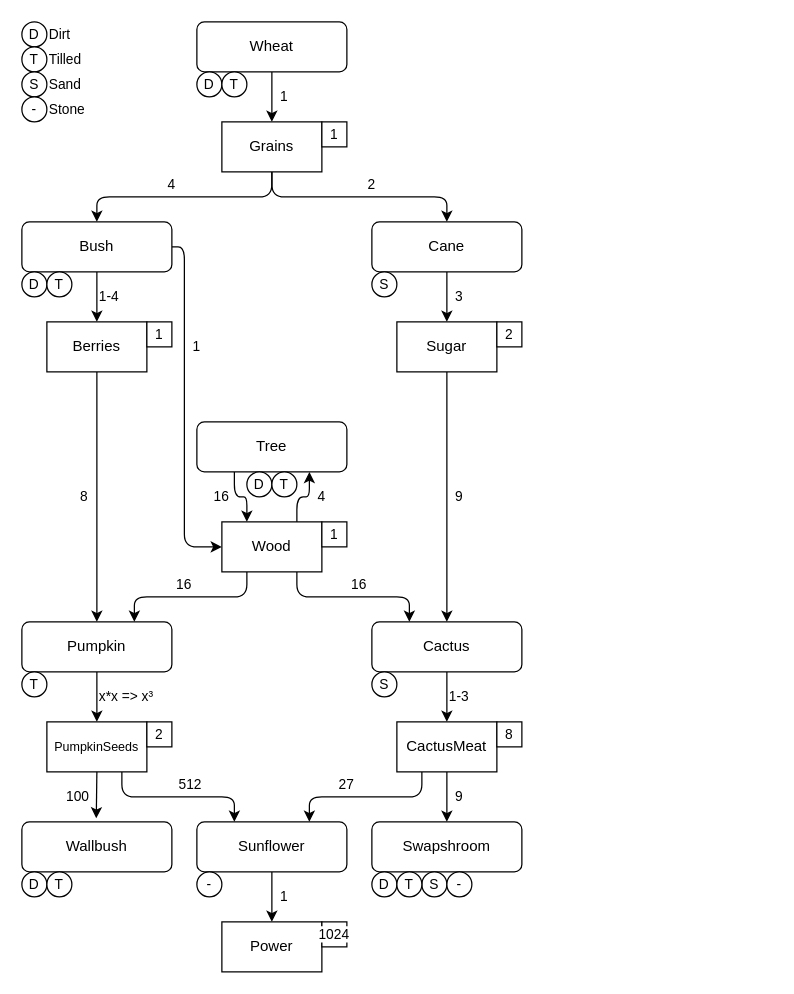
The draw.io diagram Farmio.drawio in varpeti/farmio, before the edit. Source tidied: cells renumbered, new cells numbered last; positions are measured from the earlier drawing's top-left corner, leaving out a move shared by most shapes. Both pictures are drawn from the tidied source at 125%, with x=0, y=0 at pixel (21, 21).
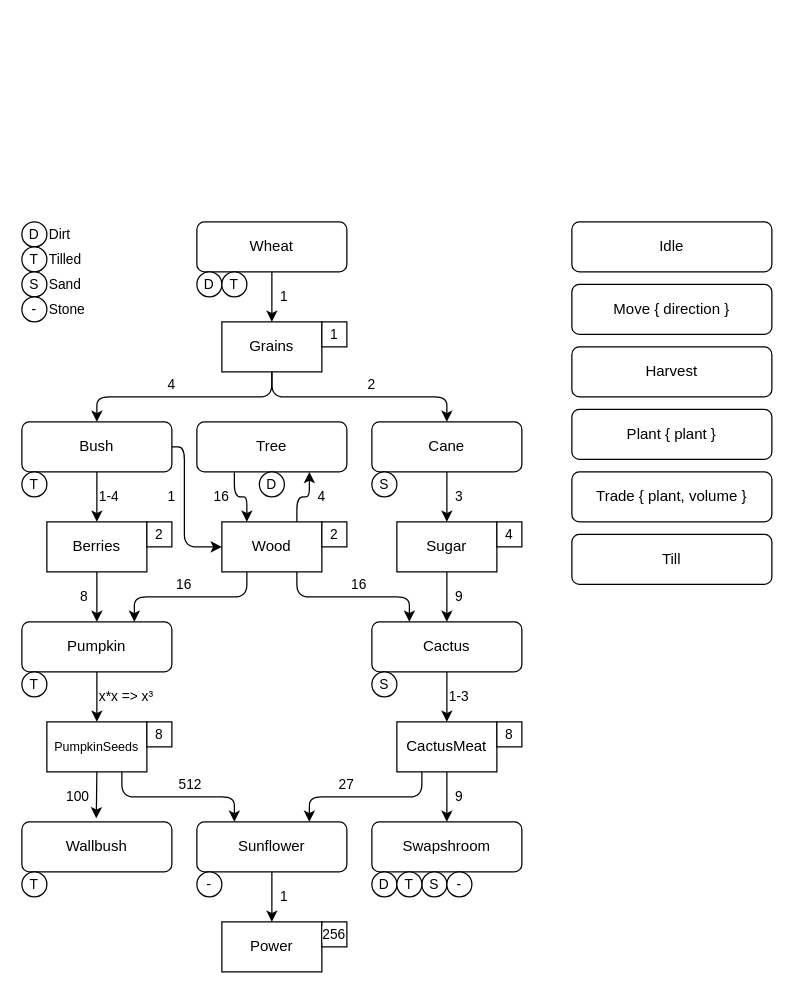
After the change.

Commit message (it also covers changes not shown here):
Actions; Harvest init

Unchanged cells that the change refers to:
```xml
<mxCell id="13" value="Wood" style="rounded=0;whiteSpace=wrap;html=1;" parent="1" vertex="1">
  <mxGeometry x="160" y="400" width="80" height="40" as="geometry" />
</mxCell>
```

The edit, as a diff of the source:
```diff
@@
     <mxCell id="3" value="Wheat" style="rounded=1;whiteSpace=wrap;html=1;" parent="1" vertex="1">
-      <mxGeometry x="140" width="120" height="40" as="geometry" />
+      <mxGeometry x="140" y="160" width="120" height="40" as="geometry" />
     </mxCell>
@@
     <mxCell id="5" style="edgeStyle=orthogonalEdgeStyle;shape=connector;curved=0;rounded=1;jettySize=auto;html=1;exitX=1;exitY=0.5;exitDx=0;exitDy=0;entryX=0;entryY=0.5;entryDx=0;entryDy=0;strokeColor=default;align=center;verticalAlign=middle;fontFamily=Helvetica;fontSize=11;fontColor=default;labelBackgroundColor=default;endArrow=classic;" parent="1" edge="1" source="6" target="13">
       <mxGeometry relative="1" as="geometry">
         <Array as="points">
-          <mxPoint x="130" y="180" />
+          <mxPoint x="130" y="340" />
           <mxPoint x="130" y="420" />
         </Array>
       </mxGeometry>
     </mxCell>
     <mxCell id="6" value="Bush" style="rounded=1;whiteSpace=wrap;html=1;" parent="1" vertex="1">
-      <mxGeometry y="160" width="120" height="40" as="geometry" />
+      <mxGeometry y="320" width="120" height="40" as="geometry" />
     </mxCell>
@@
     <mxCell id="9" value="Grains" style="rounded=0;whiteSpace=wrap;html=1;" parent="1" vertex="1">
-      <mxGeometry x="160" y="80" width="80" height="40" as="geometry" />
+      <mxGeometry x="160" y="240" width="80" height="40" as="geometry" />
     </mxCell>
@@
     <mxCell id="15" value="Berries" style="rounded=0;whiteSpace=wrap;html=1;" parent="1" vertex="1">
-      <mxGeometry x="20" y="240" width="80" height="40" as="geometry" />
+      <mxGeometry x="20" y="400" width="80" height="40" as="geometry" />
     </mxCell>
@@
     <mxCell id="21" value="Cane" style="rounded=1;whiteSpace=wrap;html=1;" parent="1" vertex="1">
-      <mxGeometry x="280" y="160" width="120" height="40" as="geometry" />
+      <mxGeometry x="280" y="320" width="120" height="40" as="geometry" />
     </mxCell>
@@
     <mxCell id="23" value="Sugar" style="rounded=0;whiteSpace=wrap;html=1;" parent="1" vertex="1">
-      <mxGeometry x="300" y="240" width="80" height="40" as="geometry" />
+      <mxGeometry x="300" y="400" width="80" height="40" as="geometry" />
     </mxCell>
@@
     <mxCell id="36" value="D" style="ellipse;whiteSpace=wrap;html=1;fontFamily=Helvetica;fontSize=11;fontColor=default;labelBackgroundColor=default;strokeColor=light-dark(#000000,#80FF00);" parent="1" vertex="1">
-      <mxGeometry width="20" height="20" as="geometry" />
+      <mxGeometry y="160" width="20" height="20" as="geometry" />
     </mxCell>
     <mxCell id="37" value="T" style="ellipse;whiteSpace=wrap;html=1;fontFamily=Helvetica;fontSize=11;fontColor=default;labelBackgroundColor=default;strokeColor=light-dark(#000000,#994C00);" parent="1" vertex="1">
-      <mxGeometry y="20" width="20" height="20" as="geometry" />
+      <mxGeometry y="180" width="20" height="20" as="geometry" />
     </mxCell>
     <mxCell id="38" value="S" style="ellipse;whiteSpace=wrap;html=1;fontFamily=Helvetica;fontSize=11;fontColor=default;labelBackgroundColor=default;strokeColor=light-dark(#000000,#FFFF00);" parent="1" vertex="1">
-      <mxGeometry y="40" width="20" height="20" as="geometry" />
+      <mxGeometry y="200" width="20" height="20" as="geometry" />
     </mxCell>
     <mxCell id="39" value="-" style="ellipse;whiteSpace=wrap;html=1;fontFamily=Helvetica;fontSize=11;fontColor=default;labelBackgroundColor=default;strokeColor=light-dark(#000000,#00CCCC);" parent="1" vertex="1">
-      <mxGeometry y="60" width="20" height="20" as="geometry" />
+      <mxGeometry y="220" width="20" height="20" as="geometry" />
     </mxCell>
     <mxCell id="40" value="&lt;div align=&quot;left&quot;&gt;Dirt&lt;/div&gt;" style="text;html=1;align=left;verticalAlign=middle;whiteSpace=wrap;rounded=0;fontFamily=Helvetica;fontSize=11;fontColor=default;labelBackgroundColor=default;" parent="1" vertex="1">
-      <mxGeometry x="20" width="40" height="20" as="geometry" />
+      <mxGeometry x="20" y="160" width="40" height="20" as="geometry" />
     </mxCell>
     <mxCell id="41" value="Tilled" style="text;html=1;align=left;verticalAlign=middle;whiteSpace=wrap;rounded=0;fontFamily=Helvetica;fontSize=11;fontColor=default;labelBackgroundColor=default;" parent="1" vertex="1">
-      <mxGeometry x="20" y="20" width="40" height="20" as="geometry" />
+      <mxGeometry x="20" y="180" width="40" height="20" as="geometry" />
     </mxCell>
     <mxCell id="42" value="Sand" style="text;html=1;align=left;verticalAlign=middle;whiteSpace=wrap;rounded=0;fontFamily=Helvetica;fontSize=11;fontColor=default;labelBackgroundColor=default;" parent="1" vertex="1">
-      <mxGeometry x="20" y="40" width="40" height="20" as="geometry" />
+      <mxGeometry x="20" y="200" width="40" height="20" as="geometry" />
     </mxCell>
     <mxCell id="43" value="&lt;div&gt;Stone&lt;/div&gt;" style="text;html=1;align=left;verticalAlign=middle;whiteSpace=wrap;rounded=0;fontFamily=Helvetica;fontSize=11;fontColor=default;labelBackgroundColor=default;" parent="1" vertex="1">
-      <mxGeometry x="20" y="60" width="40" height="20" as="geometry" />
+      <mxGeometry x="20" y="220" width="40" height="20" as="geometry" />
     </mxCell>
     <mxCell id="44" value="D" style="ellipse;whiteSpace=wrap;html=1;fontFamily=Helvetica;fontSize=11;fontColor=default;labelBackgroundColor=default;strokeColor=light-dark(#000000,#80FF00);" parent="1" vertex="1">
-      <mxGeometry x="140" y="40" width="20" height="20" as="geometry" />
+      <mxGeometry x="140" y="200" width="20" height="20" as="geometry" />
     </mxCell>
     <mxCell id="45" value="T" style="ellipse;whiteSpace=wrap;html=1;fontFamily=Helvetica;fontSize=11;fontColor=default;labelBackgroundColor=default;strokeColor=light-dark(#000000,#994C00);" parent="1" vertex="1">
-      <mxGeometry x="160" y="40" width="20" height="20" as="geometry" />
+      <mxGeometry x="160" y="200" width="20" height="20" as="geometry" />
     </mxCell>
-    <mxCell id="46" value="D" style="ellipse;whiteSpace=wrap;html=1;fontFamily=Helvetica;fontSize=11;fontColor=default;labelBackgroundColor=default;strokeColor=light-dark(#000000,#80FF00);" parent="1" vertex="1">
-      <mxGeometry y="200" width="20" height="20" as="geometry" />
-    </mxCell>
     <mxCell id="47" value="T" style="ellipse;whiteSpace=wrap;html=1;fontFamily=Helvetica;fontSize=11;fontColor=default;labelBackgroundColor=default;strokeColor=light-dark(#000000,#994C00);" parent="1" vertex="1">
-      <mxGeometry x="20" y="200" width="20" height="20" as="geometry" />
+      <mxGeometry y="360" width="20" height="20" as="geometry" />
     </mxCell>
-    <mxCell id="48" value="D" style="ellipse;whiteSpace=wrap;html=1;fontFamily=Helvetica;fontSize=11;fontColor=default;labelBackgroundColor=default;strokeColor=light-dark(#000000,#80FF00);" parent="1" vertex="1">
-      <mxGeometry x="180" y="360" width="20" height="20" as="geometry" />
-    </mxCell>
-    <mxCell id="49" value="T" style="ellipse;whiteSpace=wrap;html=1;fontFamily=Helvetica;fontSize=11;fontColor=default;labelBackgroundColor=default;strokeColor=light-dark(#000000,#994C00);" parent="1" vertex="1">
-      <mxGeometry x="200" y="360" width="20" height="20" as="geometry" />
-    </mxCell>
     <mxCell id="50" value="S" style="ellipse;whiteSpace=wrap;html=1;fontFamily=Helvetica;fontSize=11;fontColor=default;labelBackgroundColor=default;strokeColor=light-dark(#000000,#FFFF00);" parent="1" vertex="1">
-      <mxGeometry x="280" y="200" width="20" height="20" as="geometry" />
+      <mxGeometry x="280" y="360" width="20" height="20" as="geometry" />
     </mxCell>
@@
-    <mxCell id="53" value="D" style="ellipse;whiteSpace=wrap;html=1;fontFamily=Helvetica;fontSize=11;fontColor=default;labelBackgroundColor=default;strokeColor=light-dark(#000000,#80FF00);" parent="1" vertex="1">
-      <mxGeometry y="680" width="20" height="20" as="geometry" />
-    </mxCell>
     <mxCell id="54" value="T" style="ellipse;whiteSpace=wrap;html=1;fontFamily=Helvetica;fontSize=11;fontColor=default;labelBackgroundColor=default;strokeColor=light-dark(#000000,#994C00);" parent="1" vertex="1">
-      <mxGeometry x="20" y="680" width="20" height="20" as="geometry" />
+      <mxGeometry y="680" width="20" height="20" as="geometry" />
     </mxCell>
@@
-    <mxCell id="60" value="1" style="rounded=0;whiteSpace=wrap;html=1;fontFamily=Helvetica;fontSize=11;fontColor=default;labelBackgroundColor=default;" parent="1" vertex="1">
-      <mxGeometry x="100" y="240" width="20" height="20" as="geometry" />
+    <mxCell id="60" value="2" style="rounded=0;whiteSpace=wrap;html=1;fontFamily=Helvetica;fontSize=11;fontColor=default;labelBackgroundColor=default;" parent="1" vertex="1">
+      <mxGeometry x="100" y="400" width="20" height="20" as="geometry" />
     </mxCell>
-    <mxCell id="61" value="2" style="rounded=0;whiteSpace=wrap;html=1;fontFamily=Helvetica;fontSize=11;fontColor=default;labelBackgroundColor=default;" parent="1" vertex="1">
-      <mxGeometry x="380" y="240" width="20" height="20" as="geometry" />
+    <mxCell id="61" value="4" style="rounded=0;whiteSpace=wrap;html=1;fontFamily=Helvetica;fontSize=11;fontColor=default;labelBackgroundColor=default;" parent="1" vertex="1">
+      <mxGeometry x="380" y="400" width="20" height="20" as="geometry" />
     </mxCell>
-    <mxCell id="62" value="1" style="rounded=0;whiteSpace=wrap;html=1;fontFamily=Helvetica;fontSize=11;fontColor=default;labelBackgroundColor=default;" parent="1" vertex="1">
+    <mxCell id="62" value="2" style="rounded=0;whiteSpace=wrap;html=1;fontFamily=Helvetica;fontSize=11;fontColor=default;labelBackgroundColor=default;" parent="1" vertex="1">
       <mxGeometry x="240" y="400" width="20" height="20" as="geometry" />
     </mxCell>
@@
-    <mxCell id="64" value="&lt;div&gt;1024&lt;/div&gt;" style="rounded=0;whiteSpace=wrap;html=1;fontFamily=Helvetica;fontSize=11;fontColor=default;labelBackgroundColor=default;" parent="1" vertex="1">
+    <mxCell id="64" value="&lt;div&gt;256&lt;/div&gt;" style="rounded=0;whiteSpace=wrap;html=1;fontFamily=Helvetica;fontSize=11;fontColor=default;labelBackgroundColor=default;" parent="1" vertex="1">
       <mxGeometry x="240" y="720" width="20" height="20" as="geometry" />
     </mxCell>
@@
     <mxCell id="66" value="4" style="text;html=1;align=center;verticalAlign=middle;whiteSpace=wrap;rounded=0;fontFamily=Helvetica;fontSize=11;fontColor=light-dark(#000000,#FF0000);labelBackgroundColor=default;" parent="1" vertex="1">
-      <mxGeometry x="110" y="120" width="20" height="20" as="geometry" />
+      <mxGeometry x="110" y="280" width="20" height="20" as="geometry" />
     </mxCell>
     <mxCell id="67" value="2" style="text;html=1;align=center;verticalAlign=middle;whiteSpace=wrap;rounded=0;fontFamily=Helvetica;fontSize=11;fontColor=light-dark(#000000,#FF0000);labelBackgroundColor=default;" parent="1" vertex="1">
-      <mxGeometry x="270" y="120" width="20" height="20" as="geometry" />
+      <mxGeometry x="270" y="280" width="20" height="20" as="geometry" />
     </mxCell>
     <mxCell id="68" value="8" style="text;html=1;align=center;verticalAlign=middle;whiteSpace=wrap;rounded=0;fontFamily=Helvetica;fontSize=11;fontColor=light-dark(#000000,#FF0000);labelBackgroundColor=default;" parent="1" vertex="1">
-      <mxGeometry x="40" y="370" width="20" height="20" as="geometry" />
+      <mxGeometry x="40" y="450" width="20" height="20" as="geometry" />
     </mxCell>
     <mxCell id="69" value="1" style="text;html=1;align=center;verticalAlign=middle;whiteSpace=wrap;rounded=0;fontFamily=Helvetica;fontSize=11;fontColor=light-dark(#000000,#80FF00);labelBackgroundColor=default;" parent="1" vertex="1">
-      <mxGeometry x="200" y="50" width="20" height="20" as="geometry" />
+      <mxGeometry x="200" y="210" width="20" height="20" as="geometry" />
     </mxCell>
     <mxCell id="70" value="1-4" style="text;html=1;align=center;verticalAlign=middle;whiteSpace=wrap;rounded=0;fontFamily=Helvetica;fontSize=11;fontColor=light-dark(#000000,#80FF00);labelBackgroundColor=default;" parent="1" vertex="1">
-      <mxGeometry x="60" y="210" width="20" height="20" as="geometry" />
+      <mxGeometry x="60" y="370" width="20" height="20" as="geometry" />
     </mxCell>
     <mxCell id="71" value="1" style="text;html=1;align=center;verticalAlign=middle;whiteSpace=wrap;rounded=0;fontFamily=Helvetica;fontSize=11;fontColor=light-dark(#000000,#80FF00);labelBackgroundColor=default;" parent="1" vertex="1">
-      <mxGeometry x="130" y="250" width="20" height="20" as="geometry" />
+      <mxGeometry x="110" y="370" width="20" height="20" as="geometry" />
     </mxCell>
@@
     <mxCell id="74" value="9" style="text;html=1;align=center;verticalAlign=middle;whiteSpace=wrap;rounded=0;fontFamily=Helvetica;fontSize=11;fontColor=light-dark(#000000,#FF0000);labelBackgroundColor=default;" parent="1" vertex="1">
-      <mxGeometry x="340" y="370" width="20" height="20" as="geometry" />
+      <mxGeometry x="340" y="450" width="20" height="20" as="geometry" />
     </mxCell>
@@
     <mxCell id="82" value="1" style="rounded=0;whiteSpace=wrap;html=1;fontFamily=Helvetica;fontSize=11;fontColor=default;labelBackgroundColor=default;" parent="1" vertex="1">
-      <mxGeometry x="240" y="80" width="20" height="20" as="geometry" />
+      <mxGeometry x="240" y="240" width="20" height="20" as="geometry" />
     </mxCell>
@@
-    <mxCell id="85" value="2" style="rounded=0;whiteSpace=wrap;html=1;fontFamily=Helvetica;fontSize=11;fontColor=default;labelBackgroundColor=default;" parent="1" vertex="1">
+    <mxCell id="85" value="8" style="rounded=0;whiteSpace=wrap;html=1;fontFamily=Helvetica;fontSize=11;fontColor=default;labelBackgroundColor=default;" parent="1" vertex="1">
       <mxGeometry x="100" y="560" width="20" height="20" as="geometry" />
     </mxCell>
     <mxCell id="86" value="3" style="text;html=1;align=center;verticalAlign=middle;whiteSpace=wrap;rounded=0;fontFamily=Helvetica;fontSize=11;fontColor=light-dark(#000000,#80FF00);labelBackgroundColor=default;" parent="1" vertex="1">
-      <mxGeometry x="340" y="210" width="20" height="20" as="geometry" />
+      <mxGeometry x="340" y="370" width="20" height="20" as="geometry" />
     </mxCell>
+    <mxCell id="87" value="Idle" style="rounded=1;whiteSpace=wrap;html=1;" parent="1" vertex="1">
+      <mxGeometry x="440" y="160" width="160" height="40" as="geometry" />
+    </mxCell>
+    <mxCell id="88" value="Move { direction }" style="rounded=1;whiteSpace=wrap;html=1;" parent="1" vertex="1">
+      <mxGeometry x="440" y="210" width="160" height="40" as="geometry" />
+    </mxCell>
+    <mxCell id="89" value="Plant { plant }" style="rounded=1;whiteSpace=wrap;html=1;" parent="1" vertex="1">
+      <mxGeometry x="440" y="310" width="160" height="40" as="geometry" />
+    </mxCell>
+    <mxCell id="90" value="Harvest" style="rounded=1;whiteSpace=wrap;html=1;" parent="1" vertex="1">
+      <mxGeometry x="440" y="260" width="160" height="40" as="geometry" />
+    </mxCell>
+    <mxCell id="91" value="Trade { plant, volume }" style="rounded=1;whiteSpace=wrap;html=1;" parent="1" vertex="1">
+      <mxGeometry x="440" y="360" width="160" height="40" as="geometry" />
+    </mxCell>
+    <mxCell id="92" value="Till" style="rounded=1;whiteSpace=wrap;html=1;" parent="1" vertex="1">
+      <mxGeometry x="440" y="410" width="160" height="40" as="geometry" />
+    </mxCell>
+    <mxCell id="93" value="D" style="ellipse;whiteSpace=wrap;html=1;fontFamily=Helvetica;fontSize=11;fontColor=default;labelBackgroundColor=default;strokeColor=light-dark(#000000,#80FF00);" parent="1" vertex="1">
+      <mxGeometry x="190" y="360" width="20" height="20" as="geometry" />
+    </mxCell>
```
